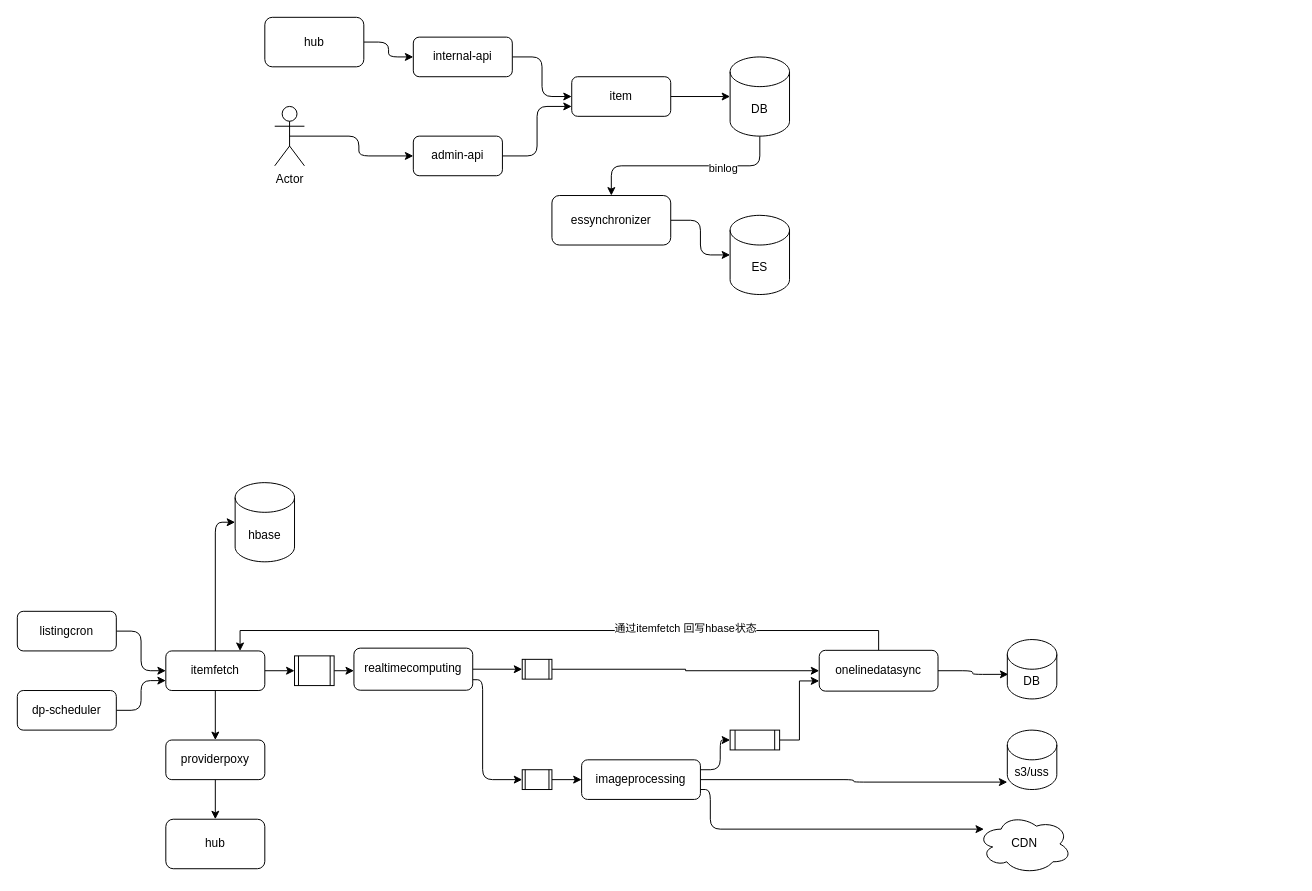
wxquare/wxquare.github.io keeps this draw.io diagram as page "同步架构梳理" (2 of 2) of source/diagrams/movie.drawio. Above is the earlier version. Source tidied: cells renumbered, new cells numbered last; positions are measured from the earlier drawing's top-left corner, leaving out a move shared by most shapes. Both pictures are drawn from the tidied source at 99%, with x=0, y=0 at pixel (17, 17).
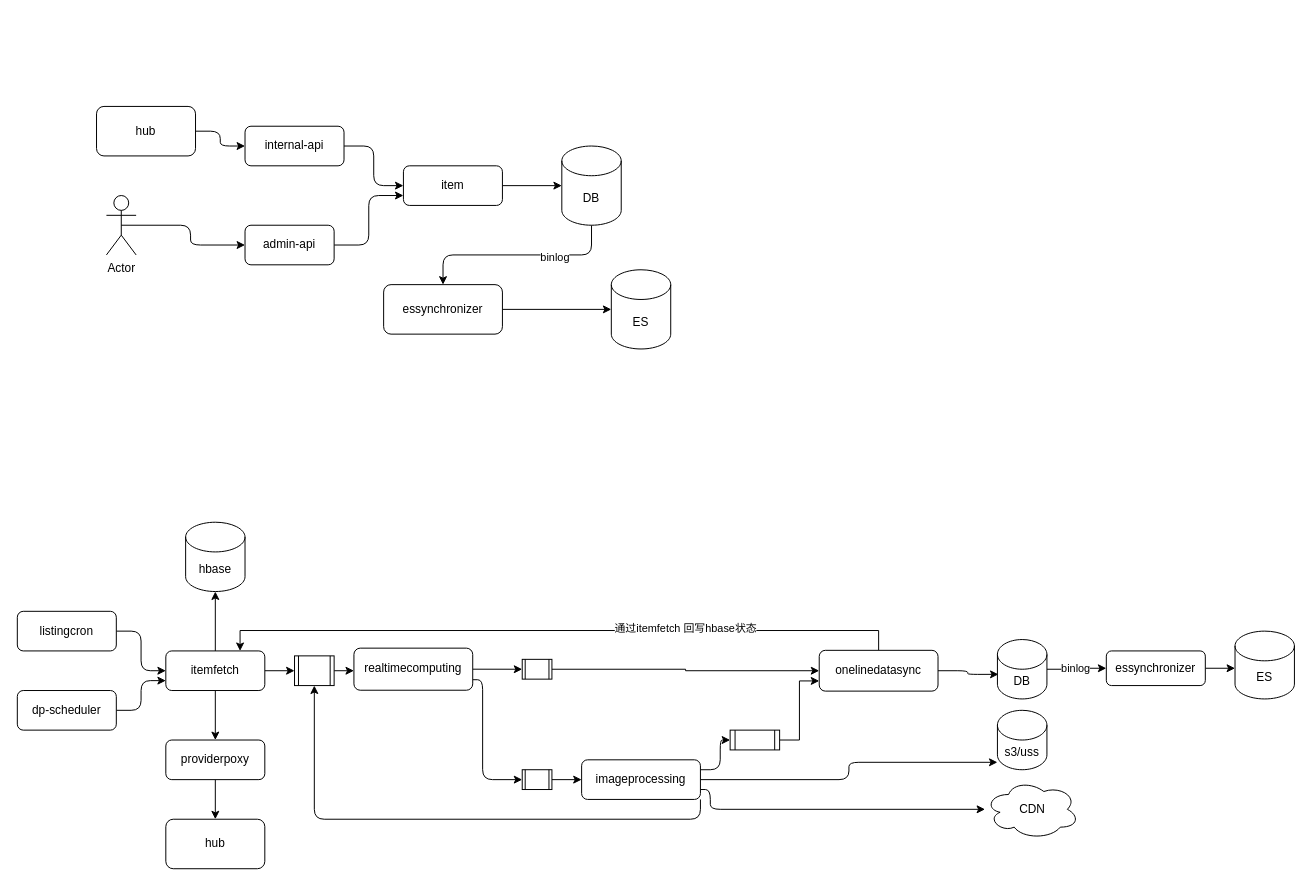
The same diagram, later.

The change refers to these unchanged cells:
```xml
<mxCell id="25" value="itemfetch" style="rounded=1;whiteSpace=wrap;html=1;" parent="1" vertex="1">
  <mxGeometry x="150" y="640" width="100" height="40" as="geometry" />
</mxCell>
<mxCell id="39" value="imageprocessing" style="rounded=1;whiteSpace=wrap;html=1;" parent="1" vertex="1">
  <mxGeometry x="570" y="750" width="120" height="40" as="geometry" />
</mxCell>
<mxCell id="42" style="shape=process;whiteSpace=wrap;html=1;backgroundOutline=1;" parent="1" vertex="1">
  <mxGeometry x="280" y="645" width="40" height="30" as="geometry" />
</mxCell>
```

Change to the diagram source:
```diff
@@
     <mxCell id="3" value="internal-api" style="rounded=1;whiteSpace=wrap;html=1;" parent="1" vertex="1">
-      <mxGeometry x="400" y="20" width="100" height="40" as="geometry" />
+      <mxGeometry x="230" y="110" width="100" height="40" as="geometry" />
     </mxCell>
@@
     <mxCell id="5" value="item" style="rounded=1;whiteSpace=wrap;html=1;" parent="1" vertex="1">
-      <mxGeometry x="560" y="60" width="100" height="40" as="geometry" />
+      <mxGeometry x="390" y="150" width="100" height="40" as="geometry" />
     </mxCell>
@@
     <mxCell id="8" value="DB" style="shape=cylinder3;whiteSpace=wrap;html=1;boundedLbl=1;backgroundOutline=1;size=15;" parent="1" vertex="1">
-      <mxGeometry x="720" y="40" width="60" height="80" as="geometry" />
+      <mxGeometry x="550" y="130" width="60" height="80" as="geometry" />
     </mxCell>
@@
     <mxCell id="10" value="hub" style="rounded=1;whiteSpace=wrap;html=1;" parent="1" vertex="1">
-      <mxGeometry x="250" width="100" height="50" as="geometry" />
+      <mxGeometry x="80" y="90" width="100" height="50" as="geometry" />
     </mxCell>
@@
     <mxCell id="12" value="admin-api" style="rounded=1;whiteSpace=wrap;html=1;" parent="1" vertex="1">
-      <mxGeometry x="400" y="120" width="90" height="40" as="geometry" />
+      <mxGeometry x="230" y="210" width="90" height="40" as="geometry" />
     </mxCell>
@@
     <mxCell id="14" value="Actor" style="shape=umlActor;verticalLabelPosition=bottom;verticalAlign=top;html=1;outlineConnect=0;" parent="1" vertex="1">
-      <mxGeometry x="260" y="90" width="30" height="60" as="geometry" />
+      <mxGeometry x="90" y="180" width="30" height="60" as="geometry" />
     </mxCell>
@@
     <mxCell id="16" value="essynchronizer" style="rounded=1;whiteSpace=wrap;html=1;" parent="1" vertex="1">
-      <mxGeometry x="540" y="180" width="120" height="50" as="geometry" />
+      <mxGeometry x="370" y="270" width="120" height="50" as="geometry" />
     </mxCell>
     <mxCell id="17" value="ES" style="shape=cylinder3;whiteSpace=wrap;html=1;boundedLbl=1;backgroundOutline=1;size=15;" parent="1" vertex="1">
-      <mxGeometry x="720" y="200" width="60" height="80" as="geometry" />
+      <mxGeometry x="600" y="255" width="60" height="80" as="geometry" />
     </mxCell>
@@
-    <mxCell id="24" style="edgeStyle=orthogonalEdgeStyle;rounded=1;jettySize=auto;html=1;exitX=0.5;exitY=0;exitDx=0;exitDy=0;entryX=0;entryY=0.5;entryDx=0;entryDy=0;entryPerimeter=0;" parent="1" edge="1" source="25" target="51">
+    <mxCell id="24" style="edgeStyle=orthogonalEdgeStyle;rounded=0;jettySize=auto;html=1;exitX=0.5;exitY=0;exitDx=0;exitDy=0;entryX=0.5;entryY=1;entryDx=0;entryDy=0;entryPerimeter=0;" parent="1" edge="1" source="25" target="51">
       <mxGeometry relative="1" as="geometry" />
     </mxCell>
@@
     <mxCell id="37" style="edgeStyle=orthogonalEdgeStyle;rounded=1;jettySize=auto;html=1;exitX=1;exitY=0.75;exitDx=0;exitDy=0;" parent="1" edge="1" source="39" target="48">
       <mxGeometry relative="1" as="geometry">
         <Array as="points">
           <mxPoint x="700" y="780" />
-          <mxPoint x="700" y="820" />
+          <mxPoint x="700" y="800" />
+          <mxPoint x="1018" y="800" />
         </Array>
       </mxGeometry>
     </mxCell>
@@
+    <mxCell id="52" style="edgeStyle=orthogonalEdgeStyle;rounded=1;jettySize=auto;html=1;exitX=1;exitY=1;exitDx=0;exitDy=0;entryX=0.5;entryY=1;entryDx=0;entryDy=0;" parent="1" edge="1" source="39" target="42">
+      <mxGeometry relative="1" as="geometry" />
+    </mxCell>
@@
+    <mxCell id="53" style="edgeStyle=orthogonalEdgeStyle;rounded=0;jettySize=auto;html=1;exitX=1;exitY=0.5;exitDx=0;exitDy=0;exitPerimeter=0;entryX=0;entryY=0.5;entryDx=0;entryDy=0;" parent="1" edge="1" source="40" target="56">
+      <mxGeometry relative="1" as="geometry" />
+    </mxCell>
+    <mxCell id="54" value="binlog" style="edgeLabel;html=1;align=center;verticalAlign=middle;" parent="53" vertex="1">
+      <mxGeometry x="-0.07" y="1" relative="1" as="geometry" />
+    </mxCell>
     <mxCell id="40" value="DB" style="shape=cylinder3;whiteSpace=wrap;html=1;boundedLbl=1;backgroundOutline=1;size=15;" parent="1" vertex="1">
-      <mxGeometry x="1000" y="628.5" width="50" height="60" as="geometry" />
+      <mxGeometry x="990" y="628.5" width="50" height="60" as="geometry" />
     </mxCell>
@@
     <mxCell id="47" value="s3/uss" style="shape=cylinder3;whiteSpace=wrap;html=1;boundedLbl=1;backgroundOutline=1;size=15;" parent="1" vertex="1">
-      <mxGeometry x="1000" y="720" width="50" height="60" as="geometry" />
+      <mxGeometry x="990" y="700" width="50" height="60" as="geometry" />
     </mxCell>
     <mxCell id="48" value="CDN" style="ellipse;shape=cloud;whiteSpace=wrap;html=1;" parent="1" vertex="1">
-      <mxGeometry x="970" y="805" width="95" height="60" as="geometry" />
+      <mxGeometry x="977.5" y="770" width="95" height="60" as="geometry" />
     </mxCell>
@@
     <mxCell id="51" value="hbase" style="shape=cylinder3;whiteSpace=wrap;html=1;boundedLbl=1;backgroundOutline=1;size=15;" parent="1" vertex="1">
-      <mxGeometry x="220" y="470" width="60" height="80" as="geometry" />
+      <mxGeometry x="170" y="510" width="60" height="70" as="geometry" />
     </mxCell>
+    <mxCell id="55" style="edgeStyle=orthogonalEdgeStyle;rounded=0;jettySize=auto;html=1;exitX=1;exitY=0.5;exitDx=0;exitDy=0;entryX=0;entryY=0.56;entryDx=0;entryDy=0;entryPerimeter=0;" parent="1" edge="1" source="56" target="57">
+      <mxGeometry relative="1" as="geometry" />
+    </mxCell>
+    <mxCell id="56" value="essynchronizer" style="rounded=1;whiteSpace=wrap;html=1;" parent="1" vertex="1">
+      <mxGeometry x="1100" y="640" width="100" height="35" as="geometry" />
+    </mxCell>
+    <mxCell id="57" value="ES" style="shape=cylinder3;whiteSpace=wrap;html=1;boundedLbl=1;backgroundOutline=1;size=15;" parent="1" vertex="1">
+      <mxGeometry x="1230" y="620" width="60" height="68.5" as="geometry" />
+    </mxCell>
```
